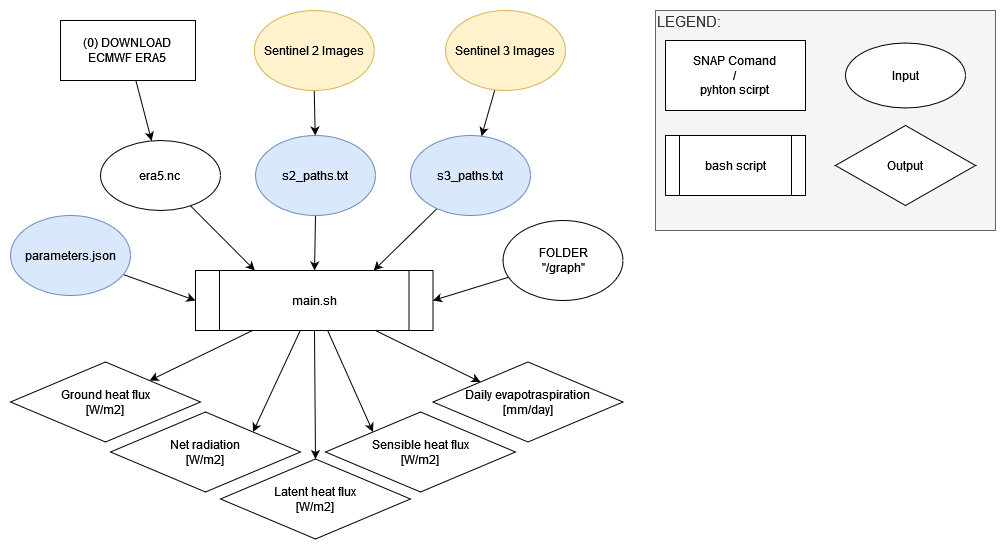
Earlier version of the draw.io export assets/new_full.png (LorenzoStucchi/SEN-ET_automatization). Source tidied: cells renumbered, new cells last; positions are measured from the earlier drawing's top-left corner, leaving out a move shared by most shapes. Source of this version:
```xml
<mxGraphModel>
  <root>
    <mxCell id="0" />
    <mxCell id="1" parent="0" />
    <mxCell id="2" style="edgeStyle=none;rounded=0;jettySize=auto;html=1;" parent="1" edge="1" source="3" target="22">
      <mxGeometry relative="1" as="geometry" />
    </mxCell>
    <mxCell id="3" value="Sentinel 2 Images" style="ellipse;whiteSpace=wrap;html=1;fillColor=#fff2cc;strokeColor=#d6b656;" parent="1" vertex="1">
      <mxGeometry x="243.8" width="120" height="80" as="geometry" />
    </mxCell>
    <mxCell id="4" style="edgeStyle=none;rounded=0;jettySize=auto;html=1;" parent="1" edge="1" source="9" target="15">
      <mxGeometry relative="1" as="geometry" />
    </mxCell>
    <mxCell id="5" style="edgeStyle=none;rounded=0;jettySize=auto;html=1;entryX=1;entryY=0;entryDx=0;entryDy=0;" parent="1" edge="1" source="9" target="14">
      <mxGeometry relative="1" as="geometry" />
    </mxCell>
    <mxCell id="6" style="edgeStyle=none;rounded=0;jettySize=auto;html=1;entryX=0.5;entryY=0;entryDx=0;entryDy=0;" parent="1" edge="1" source="9" target="12">
      <mxGeometry relative="1" as="geometry" />
    </mxCell>
    <mxCell id="7" style="edgeStyle=none;rounded=0;jettySize=auto;html=1;entryX=0;entryY=0;entryDx=0;entryDy=0;" parent="1" edge="1" source="9" target="13">
      <mxGeometry relative="1" as="geometry" />
    </mxCell>
    <mxCell id="8" style="edgeStyle=none;rounded=0;jettySize=auto;html=1;entryX=0;entryY=0;entryDx=0;entryDy=0;" parent="1" edge="1" source="9" target="16">
      <mxGeometry relative="1" as="geometry" />
    </mxCell>
    <mxCell id="9" value="main.sh" style="shape=process;whiteSpace=wrap;html=1;backgroundOutline=1;" parent="1" vertex="1">
      <mxGeometry x="185" y="260" width="237.5" height="60" as="geometry" />
    </mxCell>
    <mxCell id="10" style="edgeStyle=none;rounded=0;jettySize=auto;html=1;entryX=0;entryY=0.5;entryDx=0;entryDy=0;" parent="1" edge="1" source="11" target="9">
      <mxGeometry relative="1" as="geometry" />
    </mxCell>
    <mxCell id="11" value="parameters.json" style="ellipse;whiteSpace=wrap;html=1;fillColor=#dae8fc;strokeColor=#6c8ebf;" parent="1" vertex="1">
      <mxGeometry y="205" width="120" height="80" as="geometry" />
    </mxCell>
    <mxCell id="12" value="&lt;div&gt;Latent heat flux&lt;/div&gt;[W/m2]" style="rhombus;whiteSpace=wrap;html=1;rounded=0;" parent="1" vertex="1">
      <mxGeometry x="210" y="448.5" width="190" height="80" as="geometry" />
    </mxCell>
    <mxCell id="13" value="&lt;div&gt;Sensible heat flux&lt;/div&gt;[W/m2]" style="rhombus;whiteSpace=wrap;html=1;rounded=0;" parent="1" vertex="1">
      <mxGeometry x="315" y="401.5" width="190" height="80" as="geometry" />
    </mxCell>
    <mxCell id="14" value="&lt;div&gt;Net radiation&lt;br&gt;&lt;/div&gt;&lt;div&gt;[W/m2]&lt;/div&gt;" style="rhombus;whiteSpace=wrap;html=1;rounded=0;" parent="1" vertex="1">
      <mxGeometry x="100" y="401.5" width="190" height="80" as="geometry" />
    </mxCell>
    <mxCell id="15" value="&lt;div&gt;Ground heat flux&lt;/div&gt;&lt;div&gt;[W/m2]&lt;br&gt;&lt;/div&gt;" style="rhombus;whiteSpace=wrap;html=1;rounded=0;" parent="1" vertex="1">
      <mxGeometry y="351.5" width="190" height="80" as="geometry" />
    </mxCell>
    <mxCell id="16" value="&lt;div&gt;Daily evapotraspiration &lt;br&gt;&lt;/div&gt;&lt;div&gt;[mm/day]&lt;/div&gt;" style="rhombus;whiteSpace=wrap;html=1;rounded=0;" parent="1" vertex="1">
      <mxGeometry x="422.5" y="351.5" width="190" height="80" as="geometry" />
    </mxCell>
    <mxCell id="17" style="edgeStyle=none;rounded=0;jettySize=auto;html=1;" parent="1" edge="1" source="18" target="28">
      <mxGeometry relative="1" as="geometry" />
    </mxCell>
    <mxCell id="18" value="&lt;div&gt;(0) DOWNLOAD &lt;br&gt;&lt;/div&gt;&lt;div&gt;ECMWF ERA5&lt;/div&gt;" style="rounded=0;whiteSpace=wrap;html=1;" parent="1" vertex="1">
      <mxGeometry x="50" y="10" width="135" height="60" as="geometry" />
    </mxCell>
    <mxCell id="19" style="edgeStyle=none;rounded=0;jettySize=auto;html=1;entryX=0.75;entryY=0;entryDx=0;entryDy=0;" parent="1" edge="1" source="20" target="9">
      <mxGeometry relative="1" as="geometry" />
    </mxCell>
    <mxCell id="20" value="s3_paths.txt" style="ellipse;whiteSpace=wrap;html=1;fillColor=#dae8fc;strokeColor=#6c8ebf;" parent="1" vertex="1">
      <mxGeometry x="400" y="125" width="120" height="80" as="geometry" />
    </mxCell>
    <mxCell id="21" style="edgeStyle=none;rounded=0;jettySize=auto;html=1;" parent="1" edge="1" source="22" target="9">
      <mxGeometry relative="1" as="geometry" />
    </mxCell>
    <mxCell id="22" value="s2_paths.txt" style="ellipse;whiteSpace=wrap;html=1;fillColor=#dae8fc;strokeColor=#6c8ebf;" parent="1" vertex="1">
      <mxGeometry x="245" y="125" width="120" height="80" as="geometry" />
    </mxCell>
    <mxCell id="23" style="edgeStyle=none;rounded=0;jettySize=auto;html=1;" parent="1" edge="1" source="24" target="20">
      <mxGeometry relative="1" as="geometry" />
    </mxCell>
    <mxCell id="24" value="&lt;div&gt;Sentinel 3 Images&lt;/div&gt;" style="ellipse;whiteSpace=wrap;html=1;fillColor=#fff2cc;strokeColor=#d6b656;" parent="1" vertex="1">
      <mxGeometry x="435" width="120" height="80" as="geometry" />
    </mxCell>
    <mxCell id="25" style="edgeStyle=none;rounded=0;jettySize=auto;html=1;entryX=1;entryY=0.5;entryDx=0;entryDy=0;" parent="1" edge="1" source="26" target="9">
      <mxGeometry relative="1" as="geometry" />
    </mxCell>
    <mxCell id="26" value="&lt;div&gt;FOLDER&lt;/div&gt;&lt;div&gt;&quot;/graph&quot;&lt;/div&gt;" style="ellipse;whiteSpace=wrap;html=1;" parent="1" vertex="1">
      <mxGeometry x="492.5" y="210" width="120" height="80" as="geometry" />
    </mxCell>
    <mxCell id="27" style="rounded=0;jettySize=auto;html=1;entryX=0.25;entryY=0;entryDx=0;entryDy=0;" parent="1" edge="1" source="28" target="9">
      <mxGeometry relative="1" as="geometry" />
    </mxCell>
    <mxCell id="28" value="&lt;div&gt;era5.nc&lt;br&gt;&lt;/div&gt;" style="ellipse;whiteSpace=wrap;html=1;" parent="1" vertex="1">
      <mxGeometry x="90" y="130" width="120" height="70" as="geometry" />
    </mxCell>
    <mxCell id="29" value="&lt;div&gt;LEGEND:&lt;/div&gt;&lt;div&gt;&lt;br&gt;&lt;/div&gt;&lt;div&gt;&lt;br&gt;&lt;/div&gt;&lt;div&gt;&lt;br&gt;&lt;/div&gt;&lt;div&gt;&lt;br&gt;&lt;/div&gt;&lt;div&gt;&lt;br&gt;&lt;/div&gt;&lt;div&gt;&lt;br&gt;&lt;/div&gt;&lt;div&gt;&lt;br&gt;&lt;/div&gt;&lt;div&gt;&lt;br&gt;&lt;/div&gt;&lt;div&gt;&lt;br&gt;&lt;/div&gt;&lt;div&gt;&lt;br&gt;&lt;/div&gt;&lt;div&gt;&lt;br&gt;&lt;/div&gt;" style="rounded=0;whiteSpace=wrap;html=1;fontSize=15;fontColor=#333333;align=left;fillColor=#f5f5f5;strokeColor=#666666;" parent="1" vertex="1">
      <mxGeometry x="645" width="340" height="220" as="geometry" />
    </mxCell>
    <mxCell id="30" value="&lt;div&gt;SNAP Comand &lt;br&gt;&lt;/div&gt;&lt;div&gt;/ &lt;br&gt;&lt;/div&gt;&lt;div&gt;pyhton scirpt&lt;/div&gt;" style="rounded=0;whiteSpace=wrap;html=1;" parent="1" vertex="1">
      <mxGeometry x="655" y="30" width="140" height="70" as="geometry" />
    </mxCell>
    <mxCell id="31" value="Output" style="rhombus;whiteSpace=wrap;html=1;rounded=0;" parent="1" vertex="1">
      <mxGeometry x="825" y="115" width="140" height="80" as="geometry" />
    </mxCell>
    <mxCell id="32" value="Input" style="ellipse;whiteSpace=wrap;html=1;" parent="1" vertex="1">
      <mxGeometry x="835" y="32.5" width="120" height="65" as="geometry" />
    </mxCell>
    <mxCell id="33" value="bash script" style="shape=process;whiteSpace=wrap;html=1;backgroundOutline=1;" parent="1" vertex="1">
      <mxGeometry x="655" y="125" width="140" height="60" as="geometry" />
    </mxCell>
  </root>
</mxGraphModel>
```
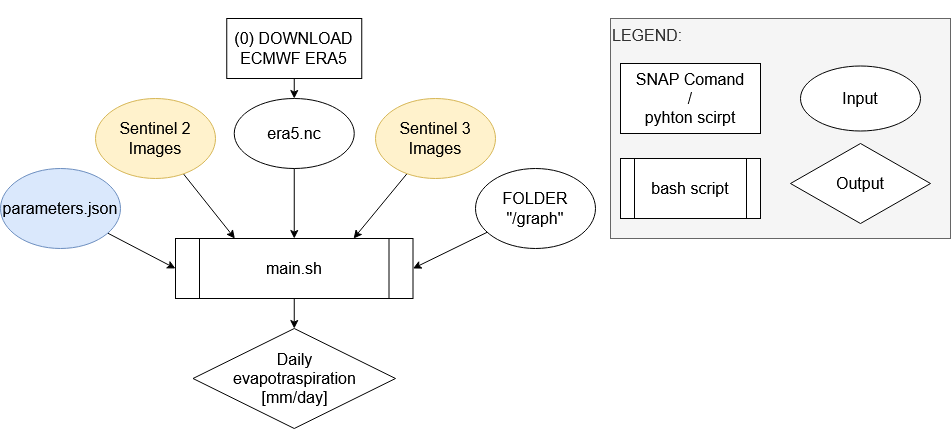
Above is the later version.

Diff of the diagram source:
```diff
@@ -2,101 +2,65 @@
   <root>
     <mxCell id="0" />
     <mxCell id="1" parent="0" />
-    <mxCell id="2" style="edgeStyle=none;rounded=0;jettySize=auto;html=1;" parent="1" edge="1" source="3" target="22">
-      <mxGeometry relative="1" as="geometry" />
-    </mxCell>
+    <mxCell id="34" style="rounded=0;jettySize=auto;html=1;entryX=0.25;entryY=0;entryDx=0;entryDy=0;" parent="1" edge="1" source="3" target="9">
+      <mxGeometry relative="1" as="geometry" />
+    </mxCell>
-    <mxCell id="3" value="Sentinel 2 Images" style="ellipse;whiteSpace=wrap;html=1;fillColor=#fff2cc;strokeColor=#d6b656;" parent="1" vertex="1">
-      <mxGeometry x="243.8" width="120" height="80" as="geometry" />
+    <mxCell id="3" value="&lt;font style=&quot;font-size: 16px&quot;&gt;Sentinel 2 Images&lt;/font&gt;" style="ellipse;whiteSpace=wrap;html=1;fillColor=#fff2cc;strokeColor=#d6b656;fontSize=16;" parent="1" vertex="1">
+      <mxGeometry x="100" y="80" width="120" height="80" as="geometry" />
     </mxCell>
-    <mxCell id="4" style="edgeStyle=none;rounded=0;jettySize=auto;html=1;" parent="1" edge="1" source="9" target="15">
-      <mxGeometry relative="1" as="geometry" />
-    </mxCell>
-    <mxCell id="5" style="edgeStyle=none;rounded=0;jettySize=auto;html=1;entryX=1;entryY=0;entryDx=0;entryDy=0;" parent="1" edge="1" source="9" target="14">
-      <mxGeometry relative="1" as="geometry" />
-    </mxCell>
-    <mxCell id="6" style="edgeStyle=none;rounded=0;jettySize=auto;html=1;entryX=0.5;entryY=0;entryDx=0;entryDy=0;" parent="1" edge="1" source="9" target="12">
-      <mxGeometry relative="1" as="geometry" />
-    </mxCell>
-    <mxCell id="7" style="edgeStyle=none;rounded=0;jettySize=auto;html=1;entryX=0;entryY=0;entryDx=0;entryDy=0;" parent="1" edge="1" source="9" target="13">
-      <mxGeometry relative="1" as="geometry" />
-    </mxCell>
-    <mxCell id="8" style="edgeStyle=none;rounded=0;jettySize=auto;html=1;entryX=0;entryY=0;entryDx=0;entryDy=0;" parent="1" edge="1" source="9" target="16">
+    <mxCell id="8" style="edgeStyle=none;rounded=0;jettySize=auto;html=1;entryX=0.5;entryY=0;entryDx=0;entryDy=0;fontSize=16;" parent="1" edge="1" source="9" target="16">
       <mxGeometry relative="1" as="geometry" />
     </mxCell>
-    <mxCell id="9" value="main.sh" style="shape=process;whiteSpace=wrap;html=1;backgroundOutline=1;" parent="1" vertex="1">
-      <mxGeometry x="185" y="260" width="237.5" height="60" as="geometry" />
+    <mxCell id="9" value="main.sh" style="shape=process;whiteSpace=wrap;html=1;backgroundOutline=1;fontSize=16;" parent="1" vertex="1">
+      <mxGeometry x="180" y="220" width="237.5" height="60" as="geometry" />
     </mxCell>
-    <mxCell id="10" style="edgeStyle=none;rounded=0;jettySize=auto;html=1;entryX=0;entryY=0.5;entryDx=0;entryDy=0;" parent="1" edge="1" source="11" target="9">
+    <mxCell id="10" style="edgeStyle=none;rounded=0;jettySize=auto;html=1;entryX=0;entryY=0.5;entryDx=0;entryDy=0;fontSize=16;" parent="1" edge="1" source="11" target="9">
       <mxGeometry relative="1" as="geometry" />
     </mxCell>
-    <mxCell id="11" value="parameters.json" style="ellipse;whiteSpace=wrap;html=1;fillColor=#dae8fc;strokeColor=#6c8ebf;" parent="1" vertex="1">
-      <mxGeometry y="205" width="120" height="80" as="geometry" />
+    <mxCell id="11" value="parameters.json" style="ellipse;whiteSpace=wrap;html=1;fillColor=#dae8fc;strokeColor=#6c8ebf;fontSize=16;" parent="1" vertex="1">
+      <mxGeometry x="5" y="150" width="120" height="80" as="geometry" />
     </mxCell>
-    <mxCell id="12" value="&lt;div&gt;Latent heat flux&lt;/div&gt;[W/m2]" style="rhombus;whiteSpace=wrap;html=1;rounded=0;" parent="1" vertex="1">
-      <mxGeometry x="210" y="448.5" width="190" height="80" as="geometry" />
-    </mxCell>
-    <mxCell id="13" value="&lt;div&gt;Sensible heat flux&lt;/div&gt;[W/m2]" style="rhombus;whiteSpace=wrap;html=1;rounded=0;" parent="1" vertex="1">
-      <mxGeometry x="315" y="401.5" width="190" height="80" as="geometry" />
-    </mxCell>
-    <mxCell id="14" value="&lt;div&gt;Net radiation&lt;br&gt;&lt;/div&gt;&lt;div&gt;[W/m2]&lt;/div&gt;" style="rhombus;whiteSpace=wrap;html=1;rounded=0;" parent="1" vertex="1">
-      <mxGeometry x="100" y="401.5" width="190" height="80" as="geometry" />
-    </mxCell>
-    <mxCell id="15" value="&lt;div&gt;Ground heat flux&lt;/div&gt;&lt;div&gt;[W/m2]&lt;br&gt;&lt;/div&gt;" style="rhombus;whiteSpace=wrap;html=1;rounded=0;" parent="1" vertex="1">
-      <mxGeometry y="351.5" width="190" height="80" as="geometry" />
-    </mxCell>
-    <mxCell id="16" value="&lt;div&gt;Daily evapotraspiration &lt;br&gt;&lt;/div&gt;&lt;div&gt;[mm/day]&lt;/div&gt;" style="rhombus;whiteSpace=wrap;html=1;rounded=0;" parent="1" vertex="1">
-      <mxGeometry x="422.5" y="351.5" width="190" height="80" as="geometry" />
+    <mxCell id="16" value="&lt;div style=&quot;font-size: 16px&quot;&gt;Daily &lt;br&gt;&lt;/div&gt;&lt;div style=&quot;font-size: 16px&quot;&gt;evapotraspiration &lt;br style=&quot;font-size: 16px&quot;&gt;&lt;/div&gt;&lt;div style=&quot;font-size: 16px&quot;&gt;[mm/day]&lt;/div&gt;" style="rhombus;whiteSpace=wrap;html=1;rounded=0;fontSize=16;" parent="1" vertex="1">
+      <mxGeometry x="197.5" y="310" width="202.5" height="100" as="geometry" />
     </mxCell>
-    <mxCell id="17" style="edgeStyle=none;rounded=0;jettySize=auto;html=1;" parent="1" edge="1" source="18" target="28">
+    <mxCell id="17" style="edgeStyle=none;rounded=0;jettySize=auto;html=1;fontSize=16;" parent="1" edge="1" source="18" target="28">
       <mxGeometry relative="1" as="geometry" />
     </mxCell>
-    <mxCell id="18" value="&lt;div&gt;(0) DOWNLOAD &lt;br&gt;&lt;/div&gt;&lt;div&gt;ECMWF ERA5&lt;/div&gt;" style="rounded=0;whiteSpace=wrap;html=1;" parent="1" vertex="1">
-      <mxGeometry x="50" y="10" width="135" height="60" as="geometry" />
+    <mxCell id="18" value="&lt;div style=&quot;font-size: 16px&quot;&gt;&lt;font style=&quot;font-size: 16px&quot;&gt;(0) DOWNLOAD &lt;br style=&quot;font-size: 16px;&quot;&gt;&lt;/font&gt;&lt;/div&gt;&lt;div style=&quot;font-size: 16px&quot;&gt;&lt;font style=&quot;font-size: 16px&quot;&gt;ECMWF ERA5&lt;/font&gt;&lt;/div&gt;" style="rounded=0;whiteSpace=wrap;html=1;fontSize=16;" parent="1" vertex="1">
+      <mxGeometry x="231.2" width="135" height="60" as="geometry" />
     </mxCell>
-    <mxCell id="19" style="edgeStyle=none;rounded=0;jettySize=auto;html=1;entryX=0.75;entryY=0;entryDx=0;entryDy=0;" parent="1" edge="1" source="20" target="9">
-      <mxGeometry relative="1" as="geometry" />
-    </mxCell>
-    <mxCell id="20" value="s3_paths.txt" style="ellipse;whiteSpace=wrap;html=1;fillColor=#dae8fc;strokeColor=#6c8ebf;" parent="1" vertex="1">
-      <mxGeometry x="400" y="125" width="120" height="80" as="geometry" />
-    </mxCell>
-    <mxCell id="21" style="edgeStyle=none;rounded=0;jettySize=auto;html=1;" parent="1" edge="1" source="22" target="9">
-      <mxGeometry relative="1" as="geometry" />
-    </mxCell>
-    <mxCell id="22" value="s2_paths.txt" style="ellipse;whiteSpace=wrap;html=1;fillColor=#dae8fc;strokeColor=#6c8ebf;" parent="1" vertex="1">
-      <mxGeometry x="245" y="125" width="120" height="80" as="geometry" />
-    </mxCell>
-    <mxCell id="23" style="edgeStyle=none;rounded=0;jettySize=auto;html=1;" parent="1" edge="1" source="24" target="20">
-      <mxGeometry relative="1" as="geometry" />
-    </mxCell>
+    <mxCell id="35" style="edgeStyle=none;rounded=0;jettySize=auto;html=1;entryX=0.75;entryY=0;entryDx=0;entryDy=0;" parent="1" edge="1" source="24" target="9">
+      <mxGeometry relative="1" as="geometry" />
+    </mxCell>
-    <mxCell id="24" value="&lt;div&gt;Sentinel 3 Images&lt;/div&gt;" style="ellipse;whiteSpace=wrap;html=1;fillColor=#fff2cc;strokeColor=#d6b656;" parent="1" vertex="1">
-      <mxGeometry x="435" width="120" height="80" as="geometry" />
+    <mxCell id="24" value="&lt;div style=&quot;font-size: 16px&quot;&gt;Sentinel 3 Images&lt;/div&gt;" style="ellipse;whiteSpace=wrap;html=1;fillColor=#fff2cc;strokeColor=#d6b656;fontSize=16;" parent="1" vertex="1">
+      <mxGeometry x="380" y="80" width="120" height="80" as="geometry" />
     </mxCell>
-    <mxCell id="25" style="edgeStyle=none;rounded=0;jettySize=auto;html=1;entryX=1;entryY=0.5;entryDx=0;entryDy=0;" parent="1" edge="1" source="26" target="9">
+    <mxCell id="25" style="edgeStyle=none;rounded=0;jettySize=auto;html=1;entryX=1;entryY=0.5;entryDx=0;entryDy=0;fontSize=16;" parent="1" edge="1" source="26" target="9">
       <mxGeometry relative="1" as="geometry" />
     </mxCell>
-    <mxCell id="26" value="&lt;div&gt;FOLDER&lt;/div&gt;&lt;div&gt;&quot;/graph&quot;&lt;/div&gt;" style="ellipse;whiteSpace=wrap;html=1;" parent="1" vertex="1">
-      <mxGeometry x="492.5" y="210" width="120" height="80" as="geometry" />
+    <mxCell id="26" value="&lt;div style=&quot;font-size: 16px;&quot;&gt;FOLDER&lt;/div&gt;&lt;div style=&quot;font-size: 16px;&quot;&gt;&quot;/graph&quot;&lt;/div&gt;" style="ellipse;whiteSpace=wrap;html=1;fontSize=16;" parent="1" vertex="1">
+      <mxGeometry x="480" y="150" width="120" height="80" as="geometry" />
     </mxCell>
-    <mxCell id="27" style="rounded=0;jettySize=auto;html=1;entryX=0.25;entryY=0;entryDx=0;entryDy=0;" parent="1" edge="1" source="28" target="9">
+    <mxCell id="27" style="rounded=0;jettySize=auto;html=1;entryX=0.5;entryY=0;entryDx=0;entryDy=0;fontSize=16;" parent="1" edge="1" source="28" target="9">
       <mxGeometry relative="1" as="geometry" />
     </mxCell>
-    <mxCell id="28" value="&lt;div&gt;era5.nc&lt;br&gt;&lt;/div&gt;" style="ellipse;whiteSpace=wrap;html=1;" parent="1" vertex="1">
-      <mxGeometry x="90" y="130" width="120" height="70" as="geometry" />
+    <mxCell id="28" value="&lt;div style=&quot;font-size: 16px;&quot;&gt;era5.nc&lt;br style=&quot;font-size: 16px;&quot;&gt;&lt;/div&gt;" style="ellipse;whiteSpace=wrap;html=1;fontSize=16;" parent="1" vertex="1">
+      <mxGeometry x="238.8" y="80" width="120" height="70" as="geometry" />
     </mxCell>
-    <mxCell id="29" value="&lt;div&gt;LEGEND:&lt;/div&gt;&lt;div&gt;&lt;br&gt;&lt;/div&gt;&lt;div&gt;&lt;br&gt;&lt;/div&gt;&lt;div&gt;&lt;br&gt;&lt;/div&gt;&lt;div&gt;&lt;br&gt;&lt;/div&gt;&lt;div&gt;&lt;br&gt;&lt;/div&gt;&lt;div&gt;&lt;br&gt;&lt;/div&gt;&lt;div&gt;&lt;br&gt;&lt;/div&gt;&lt;div&gt;&lt;br&gt;&lt;/div&gt;&lt;div&gt;&lt;br&gt;&lt;/div&gt;&lt;div&gt;&lt;br&gt;&lt;/div&gt;&lt;div&gt;&lt;br&gt;&lt;/div&gt;" style="rounded=0;whiteSpace=wrap;html=1;fontSize=15;fontColor=#333333;align=left;fillColor=#f5f5f5;strokeColor=#666666;" parent="1" vertex="1">
-      <mxGeometry x="645" width="340" height="220" as="geometry" />
+    <mxCell id="29" value="&lt;div&gt;&lt;br&gt;&lt;/div&gt;&lt;div style=&quot;font-size: 5px&quot;&gt;&lt;br&gt;&lt;/div&gt;&lt;div style=&quot;font-size: 16px&quot;&gt;LEGEND:&lt;/div&gt;&lt;div style=&quot;font-size: 16px&quot;&gt;&lt;br style=&quot;font-size: 16px&quot;&gt;&lt;/div&gt;&lt;div style=&quot;font-size: 16px&quot;&gt;&lt;br style=&quot;font-size: 16px&quot;&gt;&lt;/div&gt;&lt;div style=&quot;font-size: 16px&quot;&gt;&lt;br style=&quot;font-size: 16px&quot;&gt;&lt;/div&gt;&lt;div style=&quot;font-size: 16px&quot;&gt;&lt;br style=&quot;font-size: 16px&quot;&gt;&lt;/div&gt;&lt;div style=&quot;font-size: 16px&quot;&gt;&lt;br style=&quot;font-size: 16px&quot;&gt;&lt;/div&gt;&lt;div style=&quot;font-size: 16px&quot;&gt;&lt;br style=&quot;font-size: 16px&quot;&gt;&lt;/div&gt;&lt;div style=&quot;font-size: 16px&quot;&gt;&lt;br style=&quot;font-size: 16px&quot;&gt;&lt;/div&gt;&lt;div style=&quot;font-size: 16px&quot;&gt;&lt;br style=&quot;font-size: 16px&quot;&gt;&lt;/div&gt;&lt;div style=&quot;font-size: 16px&quot;&gt;&lt;br style=&quot;font-size: 16px&quot;&gt;&lt;/div&gt;&lt;div style=&quot;font-size: 16px&quot;&gt;&lt;br style=&quot;font-size: 16px&quot;&gt;&lt;/div&gt;&lt;div style=&quot;font-size: 16px&quot;&gt;&lt;br style=&quot;font-size: 16px&quot;&gt;&lt;/div&gt;" style="rounded=0;whiteSpace=wrap;html=1;fontSize=16;fontColor=#333333;align=left;fillColor=#f5f5f5;strokeColor=#666666;" parent="1" vertex="1">
+      <mxGeometry x="615" width="340" height="220" as="geometry" />
     </mxCell>
-    <mxCell id="30" value="&lt;div&gt;SNAP Comand &lt;br&gt;&lt;/div&gt;&lt;div&gt;/ &lt;br&gt;&lt;/div&gt;&lt;div&gt;pyhton scirpt&lt;/div&gt;" style="rounded=0;whiteSpace=wrap;html=1;" parent="1" vertex="1">
-      <mxGeometry x="655" y="30" width="140" height="70" as="geometry" />
+    <mxCell id="30" value="&lt;div style=&quot;font-size: 16px;&quot;&gt;SNAP Comand &lt;br style=&quot;font-size: 16px;&quot;&gt;&lt;/div&gt;&lt;div style=&quot;font-size: 16px;&quot;&gt;/ &lt;br style=&quot;font-size: 16px;&quot;&gt;&lt;/div&gt;&lt;div style=&quot;font-size: 16px;&quot;&gt;pyhton scirpt&lt;/div&gt;" style="rounded=0;whiteSpace=wrap;html=1;fontSize=16;" parent="1" vertex="1">
+      <mxGeometry x="625" y="45" width="140" height="70" as="geometry" />
     </mxCell>
-    <mxCell id="31" value="Output" style="rhombus;whiteSpace=wrap;html=1;rounded=0;" parent="1" vertex="1">
-      <mxGeometry x="825" y="115" width="140" height="80" as="geometry" />
+    <mxCell id="31" value="Output" style="rhombus;whiteSpace=wrap;html=1;rounded=0;fontSize=16;" parent="1" vertex="1">
+      <mxGeometry x="795" y="125" width="140" height="80" as="geometry" />
     </mxCell>
-    <mxCell id="32" value="Input" style="ellipse;whiteSpace=wrap;html=1;" parent="1" vertex="1">
-      <mxGeometry x="835" y="32.5" width="120" height="65" as="geometry" />
+    <mxCell id="32" value="Input" style="ellipse;whiteSpace=wrap;html=1;fontSize=16;" parent="1" vertex="1">
+      <mxGeometry x="805" y="47.5" width="120" height="65" as="geometry" />
     </mxCell>
-    <mxCell id="33" value="bash script" style="shape=process;whiteSpace=wrap;html=1;backgroundOutline=1;" parent="1" vertex="1">
-      <mxGeometry x="655" y="125" width="140" height="60" as="geometry" />
+    <mxCell id="33" value="bash script" style="shape=process;whiteSpace=wrap;html=1;backgroundOutline=1;fontSize=16;" parent="1" vertex="1">
+      <mxGeometry x="625" y="140" width="140" height="60" as="geometry" />
     </mxCell>
   </root>
 </mxGraphModel>
```
